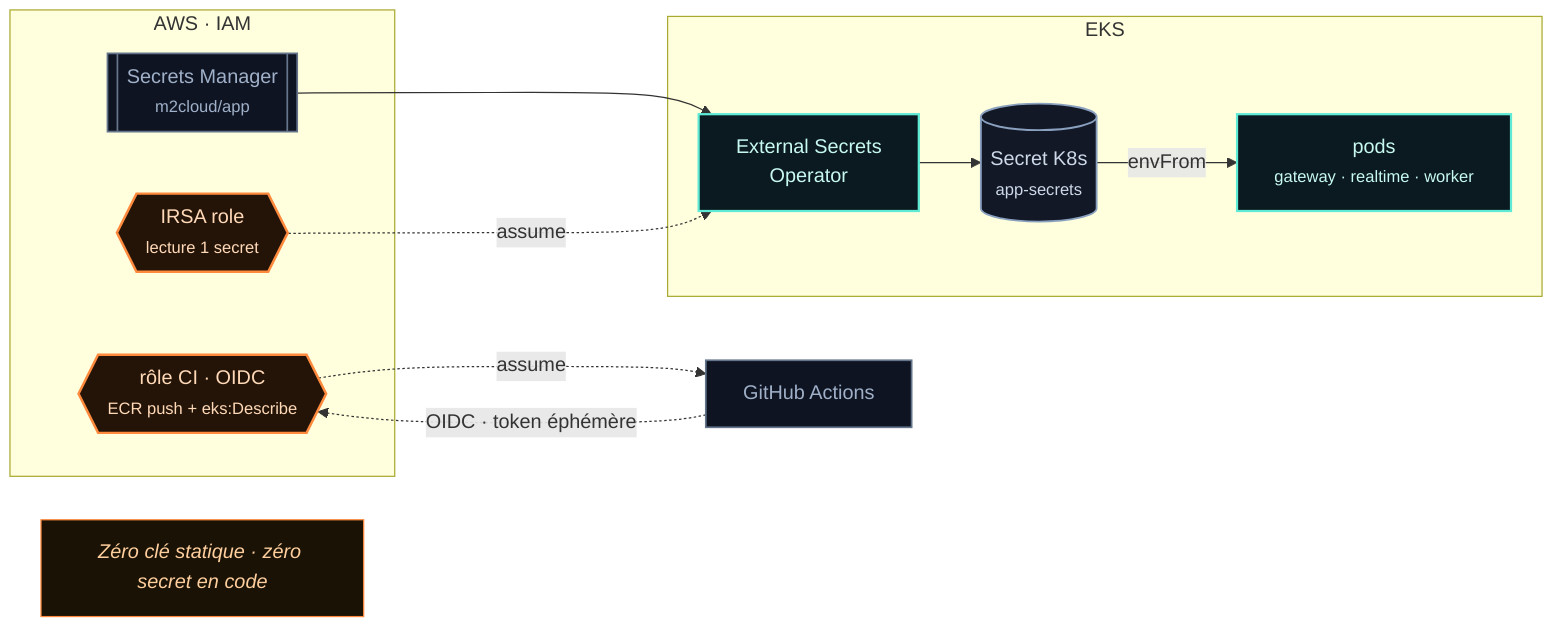
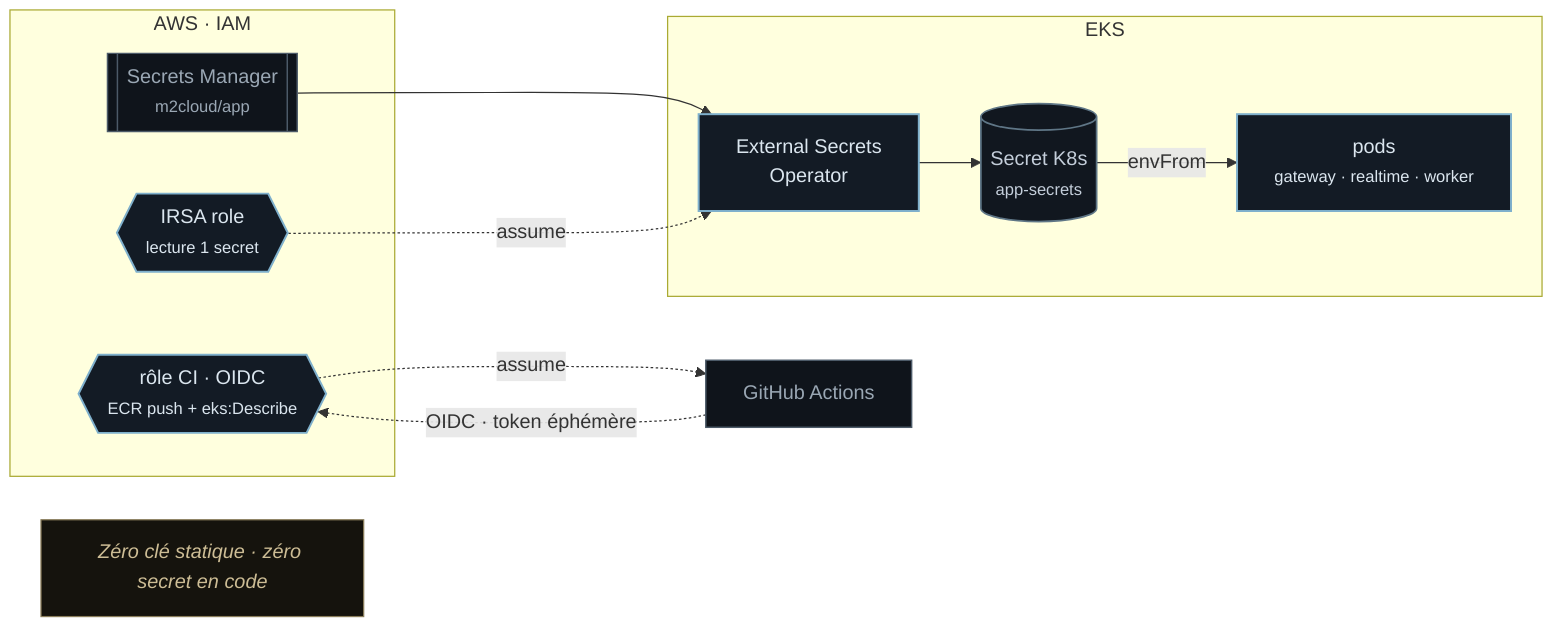
flowchart LR
  subgraph AWSIAM[" AWS · IAM "]
    SM[[Secrets Manager<br/><small>m2cloud/app</small>]]:::ext
    ROLE{{IRSA role<br/><small>lecture 1 secret</small>}}:::ember
    GHA{{rôle CI · OIDC<br/><small>ECR push + eks:Describe</small>}}:::ember
  end

  subgraph CLUSTER[" EKS "]
    ESO[External Secrets<br/>Operator]:::svc
    SEC[(Secret K8s<br/><small>app-secrets</small>)]:::data
    POD[pods<br/><small>gateway · realtime · worker</small>]:::svc
  end

  GH[GitHub Actions]:::ext

  SM --> ESO
  ROLE -. assume .-> ESO
  ESO --> SEC
  SEC -->|envFrom| POD
  GH -. OIDC · token éphémère .-> GHA
  GHA -. assume .-> GH

  NOTE[ Zéro clé statique · zéro secret en code ]:::note

-   classDef ember fill:#241407,stroke:#ff8a3d,stroke-width:2px,color:#ffd9b8;
-   classDef svc fill:#0b1a20,stroke:#5eead4,stroke-width:1.8px,color:#c7f9f1;
-   classDef data fill:#121826,stroke:#8aa0bf,stroke-width:1.5px,color:#cdd8e8;
-   classDef ext fill:#0e1422,stroke:#64748b,stroke-width:1.4px,color:#9fb0c8;
-   classDef note fill:#1a1205,stroke:#ff8a3d,stroke-width:1px,color:#ffcf9e,font-style:italic;
+   classDef ember fill:#131b25,stroke:#7fb0cc,stroke-width:1.6px,color:#dbe6ef;
+   classDef svc fill:#131b25,stroke:#7fb0cc,stroke-width:1.6px,color:#dbe6ef;
+   classDef data fill:#11171f,stroke:#5f7686,stroke-width:1.4px,color:#c4ceda;
+   classDef ext fill:#0f141b,stroke:#4c5a68,stroke-width:1.2px,color:#9aa7b4;
+   classDef note fill:#15130d,stroke:#8a7d5a,stroke-width:1px,color:#cdbd95,font-style:italic;
